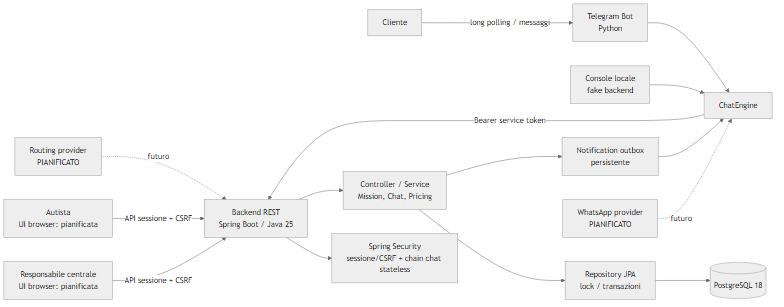
Earlier version of the Mermaid export docs/diagrams/rendered/architecture.png (coluccimarco/fornitori-soccorso). Its source is kept beside it as docs/diagrams/architecture.mmd. Source of this version:
```mermaid
flowchart LR
    Centrale["Responsabile centrale<br/>UI browser: pianificata"] -->|API sessione + CSRF| API["Backend REST<br/>Spring Boot / Java 25"]
    Autista["Autista<br/>UI browser: pianificata"] -->|API sessione + CSRF| API
    Cliente["Cliente"] -->|long polling / messaggi| TG["Telegram Bot<br/>Python"]
    Console["Console locale<br/>fake backend"] --> Bot["ChatEngine"]
    TG --> Bot
    Bot -->|Bearer service token| API
    API --> Security["Spring Security<br/>sessione/CSRF + chain chat stateless"]
    API --> Services["Controller / Service<br/>Mission, Chat, Pricing"]
    Services --> Repos["Repository JPA<br/>lock / transazioni"]
    Repos --> DB[("PostgreSQL 18")]
    Services --> Outbox["Notification outbox<br/>persistente"]
    Outbox --> Bot
    Map["Routing provider<br/>PIANIFICATO"] -. futuro .-> API
    WA["WhatsApp provider<br/>PIANIFICATO"] -. futuro .-> Bot
```
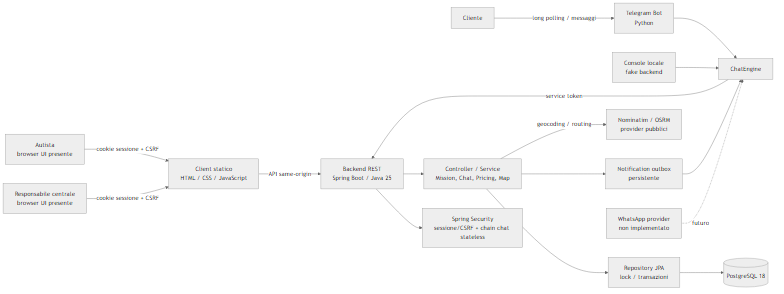
The same diagram one commit later.

Diff of the diagram source:
```diff
@@ -1,15 +1,16 @@
 flowchart LR
-    Centrale["Responsabile centrale<br/>UI browser: pianificata"] -->|API sessione + CSRF| API["Backend REST<br/>Spring Boot / Java 25"]
-    Autista["Autista<br/>UI browser: pianificata"] -->|API sessione + CSRF| API
+    Centrale["Responsabile centrale<br/>browser UI presente"] -->|cookie sessione + CSRF| Web["Client statico<br/>HTML / CSS / JavaScript"]
+    Autista["Autista<br/>browser UI presente"] -->|cookie sessione + CSRF| Web
+    Web -->|API same-origin| API["Backend REST<br/>Spring Boot / Java 25"]
     Cliente["Cliente"] -->|long polling / messaggi| TG["Telegram Bot<br/>Python"]
     Console["Console locale<br/>fake backend"] --> Bot["ChatEngine"]
     TG --> Bot
-    Bot -->|Bearer service token| API
+    Bot -->|"service token"| API
     API --> Security["Spring Security<br/>sessione/CSRF + chain chat stateless"]
-    API --> Services["Controller / Service<br/>Mission, Chat, Pricing"]
+    API --> Services["Controller / Service<br/>Mission, Chat, Pricing, Map"]
     Services --> Repos["Repository JPA<br/>lock / transazioni"]
     Repos --> DB[("PostgreSQL 18")]
     Services --> Outbox["Notification outbox<br/>persistente"]
     Outbox --> Bot
-    Map["Routing provider<br/>PIANIFICATO"] -. futuro .-> API
-    WA["WhatsApp provider<br/>PIANIFICATO"] -. futuro .-> Bot
+    Services -->|geocoding / routing| Maps["Nominatim / OSRM<br/>provider pubblici"]
+    WA["WhatsApp provider<br/>non implementato"] -. futuro .-> Bot
```
